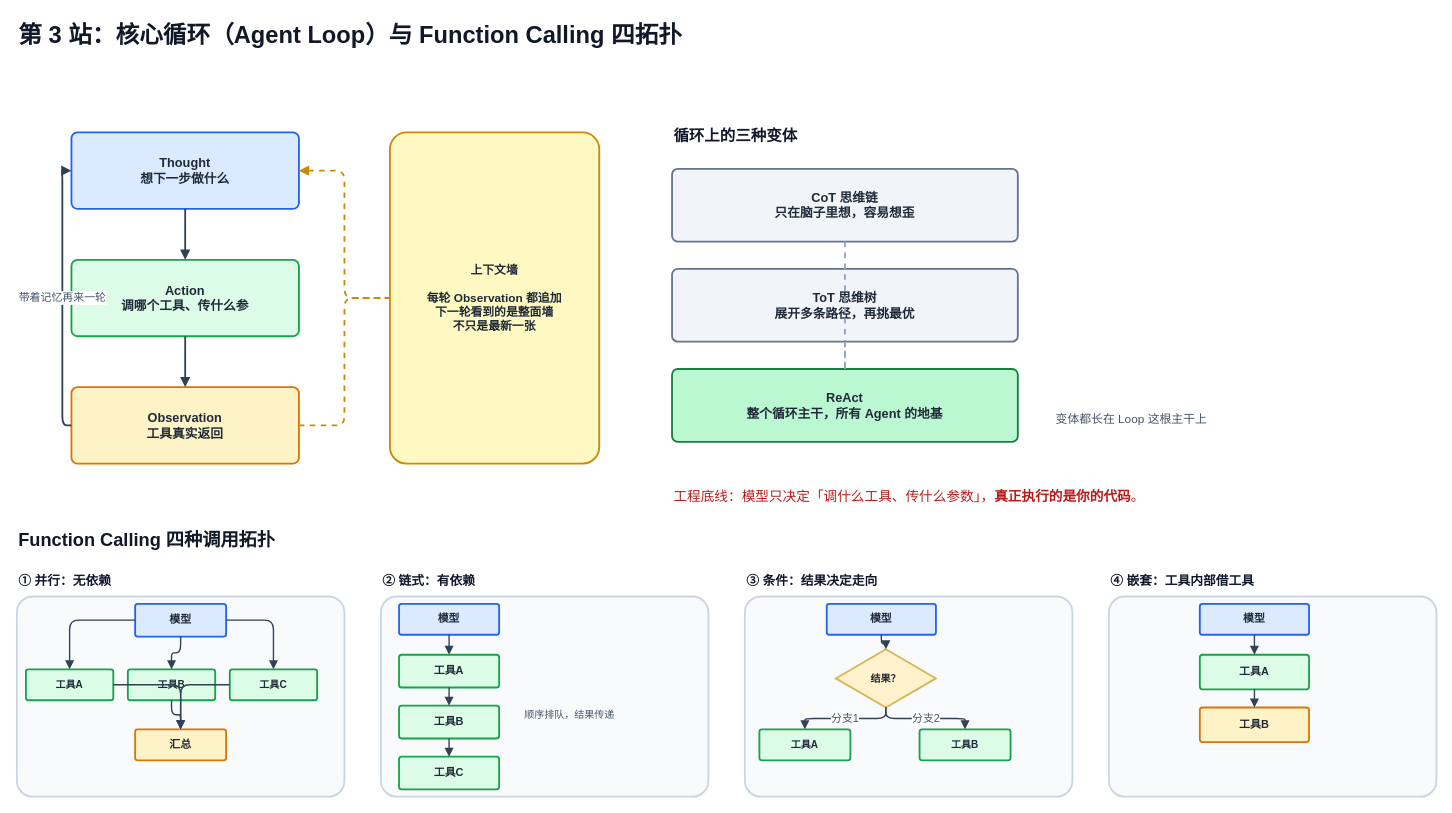
The draw.io diagram page "03-核心循环与工具拓扑" (3 of 5) of 6-ai/Agent 面试八站作战地图.drawio in vic868/Deliberate, before the edit. Source tidied: cells renumbered, new cells numbered last; positions are measured from the earlier drawing's top-left corner, leaving out a move shared by most shapes. Both pictures are drawn from the tidied source at 91%, with x=0, y=0 at pixel (16, 15).
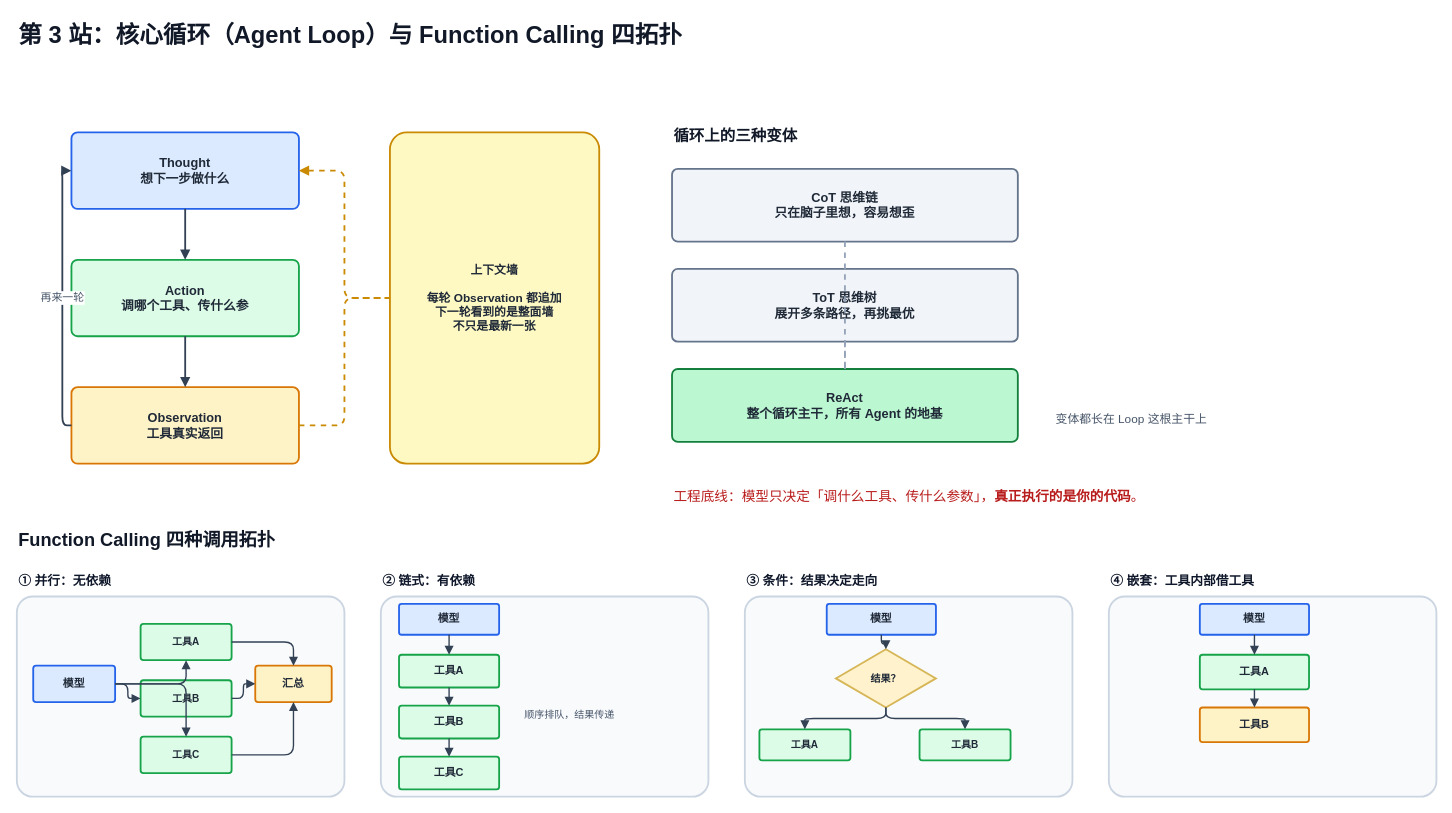
The same diagram, later.

Unchanged cells that the change refers to:
```xml
<mxCell id="3" value="&lt;b&gt;Thought&lt;/b&gt;&lt;br/&gt;想下一步做什么" style="rounded=1;whiteSpace=wrap;html=1;fillColor=#dbeafe;strokeColor=#2563eb;strokeWidth=2;fontSize=14;fontStyle=1;align=center;verticalAlign=middle;dashed=0;fontColor=#1f2937;arcSize=8;" parent="1" vertex="1">
  <mxGeometry x="60" y="128" width="250" height="84" as="geometry" />
</mxCell>
<mxCell id="5" value="&lt;b&gt;Observation&lt;/b&gt;&lt;br/&gt;工具真实返回" style="rounded=1;whiteSpace=wrap;html=1;fillColor=#fef3c7;strokeColor=#d97706;strokeWidth=2;fontSize=14;fontStyle=1;align=center;verticalAlign=middle;dashed=0;fontColor=#1f2937;arcSize=8;" parent="1" vertex="1">
  <mxGeometry x="60" y="408" width="250" height="84" as="geometry" />
</mxCell>
<mxCell id="47" value="结果？" style="rhombus;whiteSpace=wrap;html=1;fillColor=#fff2cc;strokeColor=#d6b656;strokeWidth=2;fontSize=11;fontStyle=1;align=center;verticalAlign=middle;dashed=0;fontColor=#1f2937;arcSize=8;" parent="1" vertex="1">
  <mxGeometry x="900" y="696" width="110" height="64" as="geometry" />
</mxCell>
<mxCell id="48" value="工具A" style="rounded=1;whiteSpace=wrap;html=1;fillColor=#dcfce7;strokeColor=#16a34a;strokeWidth=2;fontSize=11;fontStyle=1;align=center;verticalAlign=middle;dashed=0;fontColor=#1f2937;arcSize=8;" parent="1" vertex="1">
  <mxGeometry x="816" y="784" width="100" height="34" as="geometry" />
</mxCell>
<mxCell id="49" value="工具B" style="rounded=1;whiteSpace=wrap;html=1;fillColor=#dcfce7;strokeColor=#16a34a;strokeWidth=2;fontSize=11;fontStyle=1;align=center;verticalAlign=middle;dashed=0;fontColor=#1f2937;arcSize=8;" parent="1" vertex="1">
  <mxGeometry x="992" y="784" width="100" height="34" as="geometry" />
</mxCell>
```

The edit, as a diff of the source:
```diff
@@
-    <mxCell id="9" value="带着记忆再来一轮" style="edgeStyle=orthogonalEdgeStyle;rounded=1;html=1;strokeWidth=2;strokeColor=#334155;endArrow=block;endFill=1;dashed=0;fontSize=12;fontColor=#475569;exitX=0;exitY=0.5;entryX=0;entryY=0.5;" parent="1" edge="1" source="5" target="3">
+    <mxCell id="9" value="再来一轮" style="edgeStyle=orthogonalEdgeStyle;rounded=1;html=1;strokeWidth=2;strokeColor=#334155;endArrow=block;endFill=1;dashed=0;fontSize=12;fontColor=#475569;exitX=0;exitY=0.5;entryX=0;entryY=0.5;" parent="1" edge="1" source="5" target="3">
       <mxGeometry relative="1" as="geometry" />
     </mxCell>
@@
     <mxCell id="23" value="模型" style="rounded=1;whiteSpace=wrap;html=1;fillColor=#dbeafe;strokeColor=#2563eb;strokeWidth=2;fontSize=12;fontStyle=1;align=center;verticalAlign=middle;dashed=0;fontColor=#1f2937;arcSize=8;" parent="1" vertex="1">
-      <mxGeometry x="130" y="646" width="100" height="36" as="geometry" />
+      <mxGeometry x="18" y="714" width="90" height="40" as="geometry" />
     </mxCell>
     <mxCell id="24" value="工具A" style="rounded=1;whiteSpace=wrap;html=1;fillColor=#dcfce7;strokeColor=#16a34a;strokeWidth=2;fontSize=11;fontStyle=1;align=center;verticalAlign=middle;dashed=0;fontColor=#1f2937;arcSize=8;" parent="1" vertex="1">
-      <mxGeometry x="10" y="718" width="96" height="34" as="geometry" />
+      <mxGeometry x="136" y="668" width="100" height="40" as="geometry" />
     </mxCell>
     <mxCell id="25" value="工具B" style="rounded=1;whiteSpace=wrap;html=1;fillColor=#dcfce7;strokeColor=#16a34a;strokeWidth=2;fontSize=11;fontStyle=1;align=center;verticalAlign=middle;dashed=0;fontColor=#1f2937;arcSize=8;" parent="1" vertex="1">
-      <mxGeometry x="122" y="718" width="96" height="34" as="geometry" />
+      <mxGeometry x="136" y="730" width="100" height="40" as="geometry" />
     </mxCell>
     <mxCell id="26" value="工具C" style="rounded=1;whiteSpace=wrap;html=1;fillColor=#dcfce7;strokeColor=#16a34a;strokeWidth=2;fontSize=11;fontStyle=1;align=center;verticalAlign=middle;dashed=0;fontColor=#1f2937;arcSize=8;" parent="1" vertex="1">
-      <mxGeometry x="234" y="718" width="96" height="34" as="geometry" />
+      <mxGeometry x="136" y="792" width="100" height="40" as="geometry" />
     </mxCell>
     <mxCell id="27" value="汇总" style="rounded=1;whiteSpace=wrap;html=1;fillColor=#fef3c7;strokeColor=#d97706;strokeWidth=2;fontSize=12;fontStyle=1;align=center;verticalAlign=middle;dashed=0;fontColor=#1f2937;arcSize=8;" parent="1" vertex="1">
-      <mxGeometry x="130" y="784" width="100" height="34" as="geometry" />
+      <mxGeometry x="262" y="714" width="84" height="40" as="geometry" />
     </mxCell>
@@
-    <mxCell id="51" value="分支1" style="edgeStyle=orthogonalEdgeStyle;rounded=1;html=1;strokeWidth=1.5;strokeColor=#334155;endArrow=block;endFill=1;dashed=0;fontSize=12;fontColor=#475569;" parent="1" edge="1" source="47" target="48">
+    <mxCell id="51" style="edgeStyle=orthogonalEdgeStyle;rounded=1;html=1;strokeWidth=1.5;strokeColor=#334155;endArrow=block;endFill=1;dashed=0;fontSize=12;fontColor=#475569;" parent="1" edge="1" source="47" target="48">
       <mxGeometry relative="1" as="geometry" />
     </mxCell>
-    <mxCell id="52" value="分支2" style="edgeStyle=orthogonalEdgeStyle;rounded=1;html=1;strokeWidth=1.5;strokeColor=#334155;endArrow=block;endFill=1;dashed=0;fontSize=12;fontColor=#475569;" parent="1" edge="1" source="47" target="49">
+    <mxCell id="52" style="edgeStyle=orthogonalEdgeStyle;rounded=1;html=1;strokeWidth=1.5;strokeColor=#334155;endArrow=block;endFill=1;dashed=0;fontSize=12;fontColor=#475569;" parent="1" edge="1" source="47" target="49">
       <mxGeometry relative="1" as="geometry" />
     </mxCell>
```
